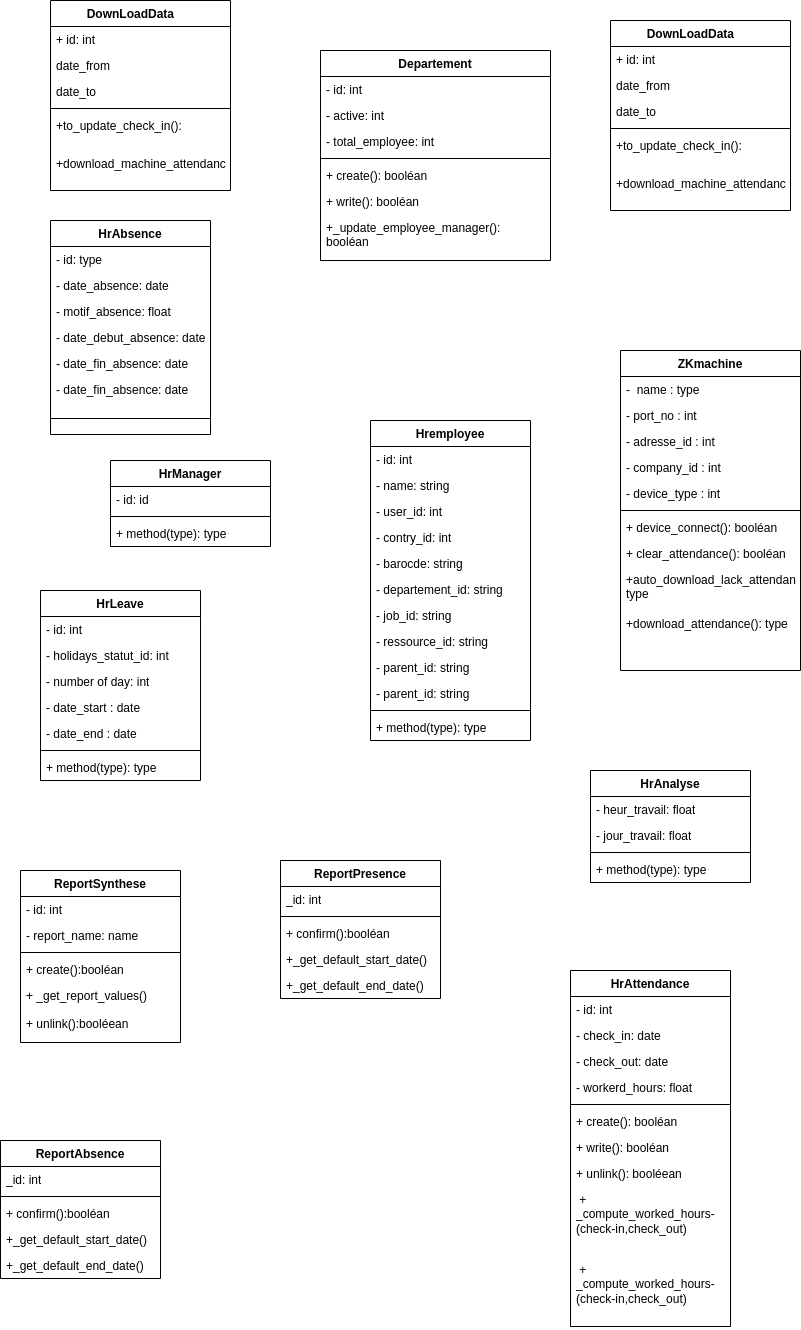
Above: static/Diagramme de classe.drawio.png in Siluearsene/borne_biometrique (draw.io), before the change. Source tidied: cells renumbered, new cells last; positions are measured from the earlier drawing's top-left corner, leaving out a move shared by most shapes.
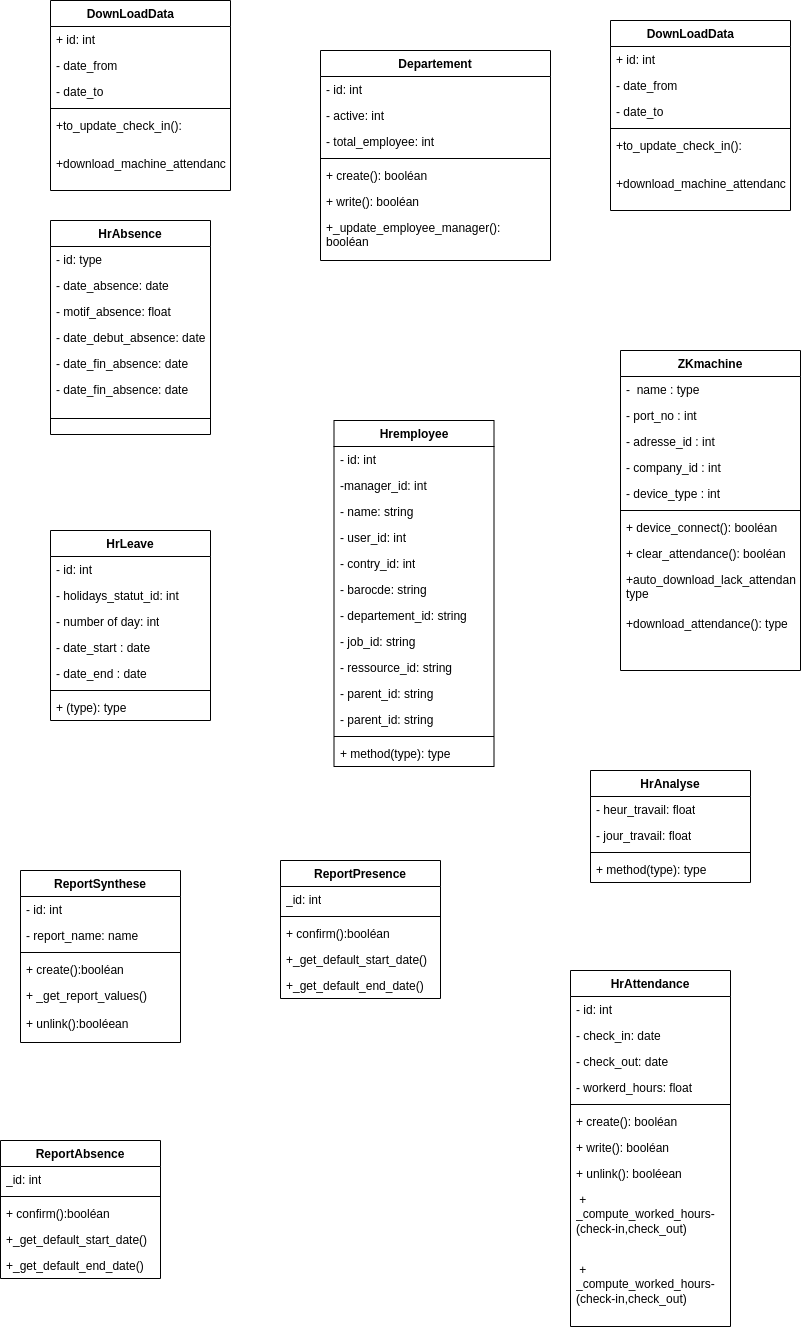
After the commit.

Commit message:
Mettre à jour Diagramme de classe.drawio.png

Change to the diagram source:
```diff
@@ -60,7 +60,7 @@
       <mxGeometry y="260" width="180" height="60" as="geometry" />
     </mxCell>
     <mxCell id="21" value="HrLeave" style="swimlane;fontStyle=1;align=center;verticalAlign=top;horizontal=1;startSize=26;whiteSpace=wrap;html=1;" parent="1" vertex="1">
-      <mxGeometry x="40" y="590" width="160" height="190" as="geometry" />
+      <mxGeometry x="50" y="530" width="160" height="190" as="geometry" />
     </mxCell>
     <mxCell id="22" value="- id: int" style="text;strokeColor=none;fillColor=none;align=left;verticalAlign=top;spacingLeft=4;spacingRight=4;overflow=hidden;whiteSpace=wrap;html=1;" parent="21" vertex="1">
       <mxGeometry y="26" width="160" height="26" as="geometry" />
@@ -80,7 +80,7 @@
     <mxCell id="27" style="line;strokeWidth=1;fillColor=none;align=left;verticalAlign=middle;spacingTop=-1;spacingLeft=3;spacingRight=3;labelPosition=right;strokeColor=inherit;" parent="21" vertex="1">
       <mxGeometry y="156" width="160" height="8" as="geometry" />
     </mxCell>
-    <mxCell id="28" value="+ method(type): type" style="text;strokeColor=none;fillColor=none;align=left;verticalAlign=top;spacingLeft=4;spacingRight=4;overflow=hidden;whiteSpace=wrap;html=1;" parent="21" vertex="1">
+    <mxCell id="28" value="+ (type): type" style="text;strokeColor=none;fillColor=none;align=left;verticalAlign=top;spacingLeft=4;spacingRight=4;overflow=hidden;whiteSpace=wrap;html=1;" parent="21" vertex="1">
       <mxGeometry y="164" width="160" height="26" as="geometry" />
     </mxCell>
     <mxCell id="29" value="HrAnalyse" style="swimlane;fontStyle=1;align=center;verticalAlign=top;horizontal=1;startSize=26;whiteSpace=wrap;html=1;" parent="1" vertex="1">
@@ -99,43 +99,46 @@
       <mxGeometry y="86" width="160" height="26" as="geometry" />
     </mxCell>
     <mxCell id="34" value="Hremployee" style="swimlane;fontStyle=1;align=center;verticalAlign=top;horizontal=1;startSize=26;whiteSpace=wrap;html=1;" parent="1" vertex="1">
-      <mxGeometry x="370" y="420" width="160" height="320" as="geometry" />
+      <mxGeometry x="333.5" y="420" width="160" height="346" as="geometry" />
     </mxCell>
     <mxCell id="35" value="- id: int" style="text;strokeColor=none;fillColor=none;align=left;verticalAlign=top;spacingLeft=4;spacingRight=4;overflow=hidden;whiteSpace=wrap;html=1;" parent="34" vertex="1">
       <mxGeometry y="26" width="160" height="26" as="geometry" />
     </mxCell>
+    <mxCell id="103" value="-manager_id: int" style="text;strokeColor=none;fillColor=none;align=left;verticalAlign=top;spacingLeft=4;spacingRight=4;overflow=hidden;whiteSpace=wrap;html=1;" parent="34" vertex="1">
+      <mxGeometry y="52" width="160" height="26" as="geometry" />
+    </mxCell>
     <mxCell id="36" value="- name: string" style="text;strokeColor=none;fillColor=none;align=left;verticalAlign=top;spacingLeft=4;spacingRight=4;overflow=hidden;whiteSpace=wrap;html=1;" parent="34" vertex="1">
-      <mxGeometry y="52" width="160" height="26" as="geometry" />
+      <mxGeometry y="78" width="160" height="26" as="geometry" />
     </mxCell>
     <mxCell id="37" value="- user_id: int" style="text;strokeColor=none;fillColor=none;align=left;verticalAlign=top;spacingLeft=4;spacingRight=4;overflow=hidden;whiteSpace=wrap;html=1;" parent="34" vertex="1">
-      <mxGeometry y="78" width="160" height="26" as="geometry" />
+      <mxGeometry y="104" width="160" height="26" as="geometry" />
     </mxCell>
     <mxCell id="38" value="- contry_id: int" style="text;strokeColor=none;fillColor=none;align=left;verticalAlign=top;spacingLeft=4;spacingRight=4;overflow=hidden;whiteSpace=wrap;html=1;" parent="34" vertex="1">
-      <mxGeometry y="104" width="160" height="26" as="geometry" />
+      <mxGeometry y="130" width="160" height="26" as="geometry" />
     </mxCell>
     <mxCell id="39" value="- barocde: string" style="text;strokeColor=none;fillColor=none;align=left;verticalAlign=top;spacingLeft=4;spacingRight=4;overflow=hidden;whiteSpace=wrap;html=1;" parent="34" vertex="1">
-      <mxGeometry y="130" width="160" height="26" as="geometry" />
+      <mxGeometry y="156" width="160" height="26" as="geometry" />
     </mxCell>
     <mxCell id="40" value="- departement_id: string" style="text;strokeColor=none;fillColor=none;align=left;verticalAlign=top;spacingLeft=4;spacingRight=4;overflow=hidden;whiteSpace=wrap;html=1;" parent="34" vertex="1">
-      <mxGeometry y="156" width="160" height="26" as="geometry" />
+      <mxGeometry y="182" width="160" height="26" as="geometry" />
     </mxCell>
     <mxCell id="41" value="- job_id: string" style="text;strokeColor=none;fillColor=none;align=left;verticalAlign=top;spacingLeft=4;spacingRight=4;overflow=hidden;whiteSpace=wrap;html=1;" parent="34" vertex="1">
-      <mxGeometry y="182" width="160" height="26" as="geometry" />
+      <mxGeometry y="208" width="160" height="26" as="geometry" />
     </mxCell>
     <mxCell id="42" value="- ressource_id: string" style="text;strokeColor=none;fillColor=none;align=left;verticalAlign=top;spacingLeft=4;spacingRight=4;overflow=hidden;whiteSpace=wrap;html=1;" parent="34" vertex="1">
-      <mxGeometry y="208" width="160" height="26" as="geometry" />
+      <mxGeometry y="234" width="160" height="26" as="geometry" />
     </mxCell>
     <mxCell id="43" value="- parent_id: string" style="text;strokeColor=none;fillColor=none;align=left;verticalAlign=top;spacingLeft=4;spacingRight=4;overflow=hidden;whiteSpace=wrap;html=1;" parent="34" vertex="1">
-      <mxGeometry y="234" width="160" height="26" as="geometry" />
+      <mxGeometry y="260" width="160" height="26" as="geometry" />
     </mxCell>
     <mxCell id="44" value="- parent_id: string" style="text;strokeColor=none;fillColor=none;align=left;verticalAlign=top;spacingLeft=4;spacingRight=4;overflow=hidden;whiteSpace=wrap;html=1;" parent="34" vertex="1">
-      <mxGeometry y="260" width="160" height="26" as="geometry" />
+      <mxGeometry y="286" width="160" height="26" as="geometry" />
     </mxCell>
     <mxCell id="45" style="line;strokeWidth=1;fillColor=none;align=left;verticalAlign=middle;spacingTop=-1;spacingLeft=3;spacingRight=3;labelPosition=right;strokeColor=inherit;" parent="34" vertex="1">
-      <mxGeometry y="286" width="160" height="8" as="geometry" />
+      <mxGeometry y="312" width="160" height="8" as="geometry" />
     </mxCell>
     <mxCell id="46" value="+ method(type): type" style="text;strokeColor=none;fillColor=none;align=left;verticalAlign=top;spacingLeft=4;spacingRight=4;overflow=hidden;whiteSpace=wrap;html=1;" parent="34" vertex="1">
-      <mxGeometry y="294" width="160" height="26" as="geometry" />
+      <mxGeometry y="320" width="160" height="26" as="geometry" />
     </mxCell>
     <mxCell id="47" value="HrAttendance" style="swimlane;fontStyle=1;align=center;verticalAlign=top;horizontal=1;startSize=26;whiteSpace=wrap;html=1;" parent="1" vertex="1">
       <mxGeometry x="570" y="970" width="160" height="356" as="geometry" />
@@ -215,10 +218,10 @@
     <mxCell id="72" value="+ id: int" style="text;strokeColor=none;fillColor=none;align=left;verticalAlign=top;spacingLeft=4;spacingRight=4;overflow=hidden;whiteSpace=wrap;html=1;" parent="71" vertex="1">
       <mxGeometry y="26" width="180" height="26" as="geometry" />
     </mxCell>
-    <mxCell id="73" value="date_from" style="text;strokeColor=none;fillColor=none;align=left;verticalAlign=top;spacingLeft=4;spacingRight=4;overflow=hidden;whiteSpace=wrap;html=1;" parent="71" vertex="1">
+    <mxCell id="73" value="- date_from" style="text;strokeColor=none;fillColor=none;align=left;verticalAlign=top;spacingLeft=4;spacingRight=4;overflow=hidden;whiteSpace=wrap;html=1;" parent="71" vertex="1">
       <mxGeometry y="52" width="180" height="26" as="geometry" />
     </mxCell>
-    <mxCell id="74" value="date_to" style="text;strokeColor=none;fillColor=none;align=left;verticalAlign=top;spacingLeft=4;spacingRight=4;overflow=hidden;whiteSpace=wrap;html=1;" parent="71" vertex="1">
+    <mxCell id="74" value="- date_to" style="text;strokeColor=none;fillColor=none;align=left;verticalAlign=top;spacingLeft=4;spacingRight=4;overflow=hidden;whiteSpace=wrap;html=1;" parent="71" vertex="1">
       <mxGeometry y="78" width="180" height="26" as="geometry" />
     </mxCell>
     <mxCell id="75" style="line;strokeWidth=1;fillColor=none;align=left;verticalAlign=middle;spacingTop=-1;spacingLeft=3;spacingRight=3;labelPosition=right;strokeColor=inherit;" parent="71" vertex="1">
@@ -236,10 +239,10 @@
     <mxCell id="79" value="+ id: int" style="text;strokeColor=none;fillColor=none;align=left;verticalAlign=top;spacingLeft=4;spacingRight=4;overflow=hidden;whiteSpace=wrap;html=1;" parent="78" vertex="1">
       <mxGeometry y="26" width="180" height="26" as="geometry" />
     </mxCell>
-    <mxCell id="80" value="date_from" style="text;strokeColor=none;fillColor=none;align=left;verticalAlign=top;spacingLeft=4;spacingRight=4;overflow=hidden;whiteSpace=wrap;html=1;" parent="78" vertex="1">
+    <mxCell id="80" value="- date_from" style="text;strokeColor=none;fillColor=none;align=left;verticalAlign=top;spacingLeft=4;spacingRight=4;overflow=hidden;whiteSpace=wrap;html=1;" parent="78" vertex="1">
       <mxGeometry y="52" width="180" height="26" as="geometry" />
     </mxCell>
-    <mxCell id="81" value="date_to" style="text;strokeColor=none;fillColor=none;align=left;verticalAlign=top;spacingLeft=4;spacingRight=4;overflow=hidden;whiteSpace=wrap;html=1;" parent="78" vertex="1">
+    <mxCell id="81" value="- date_to" style="text;strokeColor=none;fillColor=none;align=left;verticalAlign=top;spacingLeft=4;spacingRight=4;overflow=hidden;whiteSpace=wrap;html=1;" parent="78" vertex="1">
       <mxGeometry y="78" width="180" height="26" as="geometry" />
     </mxCell>
     <mxCell id="82" style="line;strokeWidth=1;fillColor=none;align=left;verticalAlign=middle;spacingTop=-1;spacingLeft=3;spacingRight=3;labelPosition=right;strokeColor=inherit;" parent="78" vertex="1">
@@ -269,18 +272,6 @@
     <mxCell id="90" value="+_get_default_end_date&lt;span style=&quot;background-color: initial;&quot;&gt;()&lt;/span&gt;" style="text;strokeColor=none;fillColor=none;align=left;verticalAlign=top;spacingLeft=4;spacingRight=4;overflow=hidden;whiteSpace=wrap;html=1;" parent="85" vertex="1">
       <mxGeometry y="112" width="160" height="26" as="geometry" />
     </mxCell>
-    <mxCell id="91" value="HrManager" style="swimlane;fontStyle=1;align=center;verticalAlign=top;horizontal=1;startSize=26;whiteSpace=wrap;html=1;" parent="1" vertex="1">
-      <mxGeometry x="110" y="460" width="160" height="86" as="geometry" />
-    </mxCell>
-    <mxCell id="92" value="- id: id" style="text;strokeColor=none;fillColor=none;align=left;verticalAlign=top;spacingLeft=4;spacingRight=4;overflow=hidden;whiteSpace=wrap;html=1;" parent="91" vertex="1">
-      <mxGeometry y="26" width="160" height="26" as="geometry" />
-    </mxCell>
-    <mxCell id="93" style="line;strokeWidth=1;fillColor=none;align=left;verticalAlign=middle;spacingTop=-1;spacingLeft=3;spacingRight=3;labelPosition=right;strokeColor=inherit;" parent="91" vertex="1">
-      <mxGeometry y="52" width="160" height="8" as="geometry" />
-    </mxCell>
-    <mxCell id="94" value="+ method(type): type" style="text;strokeColor=none;fillColor=none;align=left;verticalAlign=top;spacingLeft=4;spacingRight=4;overflow=hidden;whiteSpace=wrap;html=1;" parent="91" vertex="1">
-      <mxGeometry y="60" width="160" height="26" as="geometry" />
-    </mxCell>
     <mxCell id="95" value="Departement" style="swimlane;fontStyle=1;align=center;verticalAlign=top;horizontal=1;startSize=26;whiteSpace=wrap;html=1;" parent="1" vertex="1">
       <mxGeometry x="320" y="50" width="230" height="210" as="geometry" />
     </mxCell>
```
